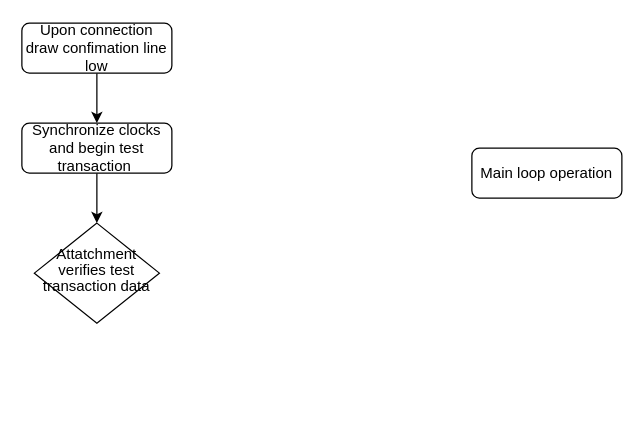
The draw.io diagram test.dio in Kyle-912/HDL, before the edit. Source tidied: cells renumbered, new cells numbered last; positions are measured from the earlier drawing's top-left corner, leaving out a move shared by most shapes. Both pictures are drawn from the tidied source at 125%, with x=0, y=0 at pixel (21, 22).
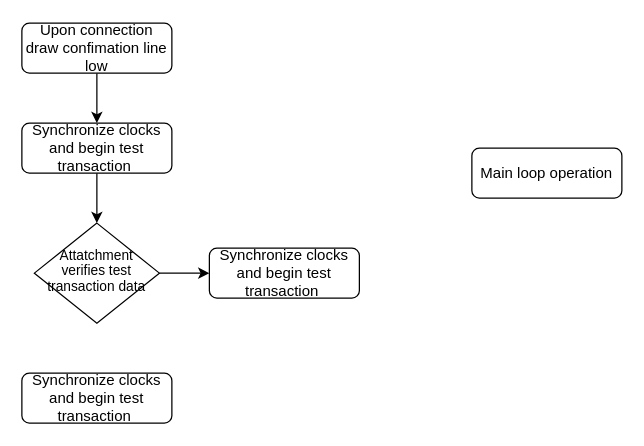
The same diagram, later.

Change to the diagram source:
```diff
@@
 <mxGraphModel>
   <root>
     <mxCell id="0" />
     <mxCell id="1" parent="0" />
     <mxCell id="2" value="Main loop operation" style="rounded=1;whiteSpace=wrap;html=1;fontSize=12;glass=0;strokeWidth=1;shadow=0;" parent="1" vertex="1">
       <mxGeometry x="360" y="100" width="120" height="40" as="geometry" />
     </mxCell>
     <mxCell id="3" style="edgeStyle=none;html=1;exitX=0.5;exitY=1;exitDx=0;exitDy=0;entryX=0.5;entryY=0;entryDx=0;entryDy=0;fontSize=11;" parent="1" edge="1" source="4" target="6">
       <mxGeometry relative="1" as="geometry" />
     </mxCell>
     <mxCell id="4" value="Upon connection draw confimation line low" style="rounded=1;whiteSpace=wrap;html=1;fontSize=12;glass=0;strokeWidth=1;shadow=0;" parent="1" vertex="1">
       <mxGeometry width="120" height="40" as="geometry" />
     </mxCell>
     <mxCell id="5" style="edgeStyle=none;html=1;exitX=0.5;exitY=1;exitDx=0;exitDy=0;entryX=0.5;entryY=0;entryDx=0;entryDy=0;fontSize=11;" parent="1" edge="1" source="6" target="7">
       <mxGeometry relative="1" as="geometry" />
     </mxCell>
     <mxCell id="6" value="Synchronize clocks and begin test transaction&amp;nbsp;" style="rounded=1;whiteSpace=wrap;html=1;fontSize=12;glass=0;strokeWidth=1;shadow=0;" parent="1" vertex="1">
       <mxGeometry y="80" width="120" height="40" as="geometry" />
     </mxCell>
+    <mxCell id="8" style="edgeStyle=none;html=1;exitX=1;exitY=0.5;exitDx=0;exitDy=0;entryX=0;entryY=0.5;entryDx=0;entryDy=0;fontSize=11;" parent="1" edge="1" source="7" target="10">
+      <mxGeometry relative="1" as="geometry" />
+    </mxCell>
-    <mxCell id="7" value="&lt;p style=&quot;line-height: 110%;&quot;&gt;&lt;font style=&quot;font-size: 12px;&quot;&gt;Attatchment verifies test transaction&amp;nbsp;&lt;/font&gt;&lt;span style=&quot;background-color: initial;&quot;&gt;data&lt;/span&gt;&lt;/p&gt;" style="rhombus;whiteSpace=wrap;html=1;shadow=0;fontFamily=Helvetica;fontSize=12;align=center;strokeWidth=1;spacing=6;spacingTop=-4;" parent="1" vertex="1">
+    <mxCell id="7" value="&lt;p style=&quot;line-height: 110%; font-size: 11px;&quot;&gt;&lt;font style=&quot;font-size: 11px;&quot;&gt;Attatchment verifies test transaction&amp;nbsp;&lt;/font&gt;&lt;span style=&quot;background-color: initial;&quot;&gt;data&lt;/span&gt;&lt;/p&gt;" style="rhombus;whiteSpace=wrap;html=1;shadow=0;fontFamily=Helvetica;fontSize=12;align=center;strokeWidth=1;spacing=6;spacingTop=-4;" parent="1" vertex="1">
       <mxGeometry x="10" y="160" width="100" height="80" as="geometry" />
     </mxCell>
+    <mxCell id="9" value="Synchronize clocks and begin test transaction&amp;nbsp;" style="rounded=1;whiteSpace=wrap;html=1;fontSize=12;glass=0;strokeWidth=1;shadow=0;" parent="1" vertex="1">
+      <mxGeometry y="280" width="120" height="40" as="geometry" />
+    </mxCell>
+    <mxCell id="10" value="Synchronize clocks and begin test transaction&amp;nbsp;" style="rounded=1;whiteSpace=wrap;html=1;fontSize=12;glass=0;strokeWidth=1;shadow=0;" parent="1" vertex="1">
+      <mxGeometry x="150" y="180" width="120" height="40" as="geometry" />
+    </mxCell>
   </root>
 </mxGraphModel>
```
